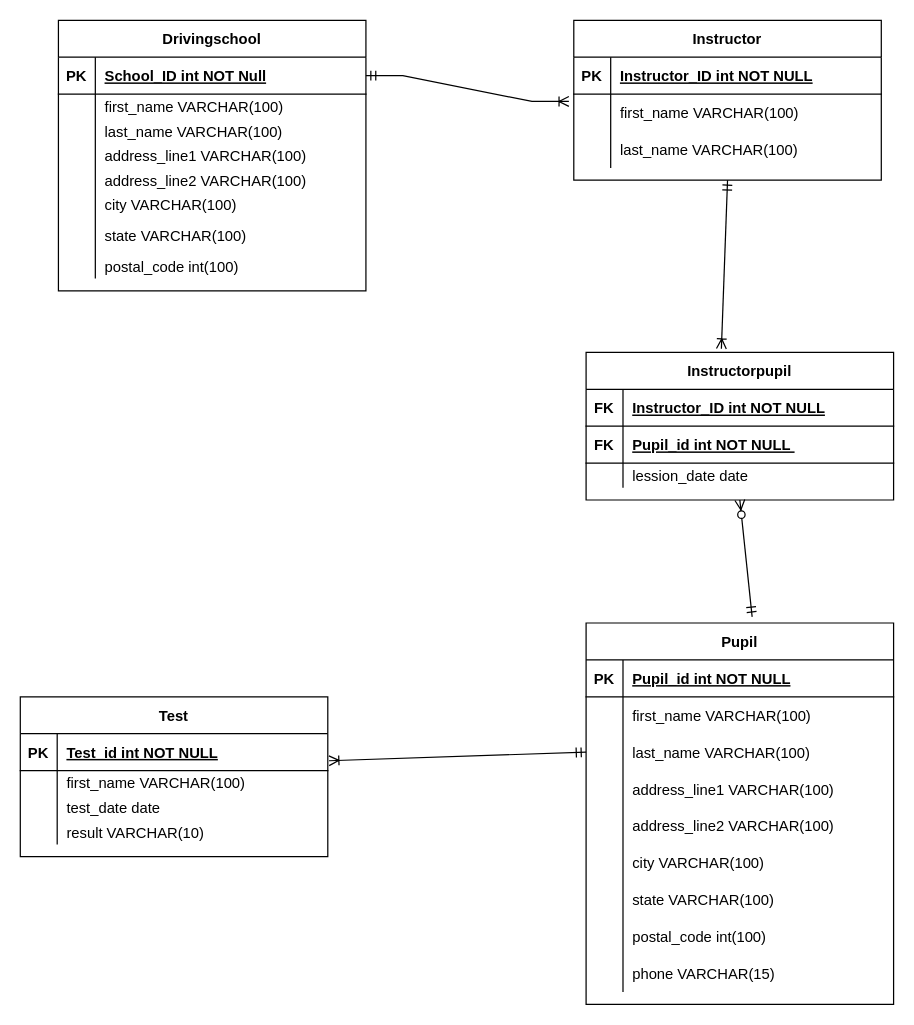
Above: case 2 _erd.drawio in santoshkc1655/Data-Modeling-SQL (draw.io), before the change. Source tidied: cells renumbered, new cells numbered last; positions are measured from the earlier drawing's top-left corner, leaving out a move shared by most shapes. Both pictures are drawn from the tidied source at 123%, with x=0, y=0 at pixel (20, 20).
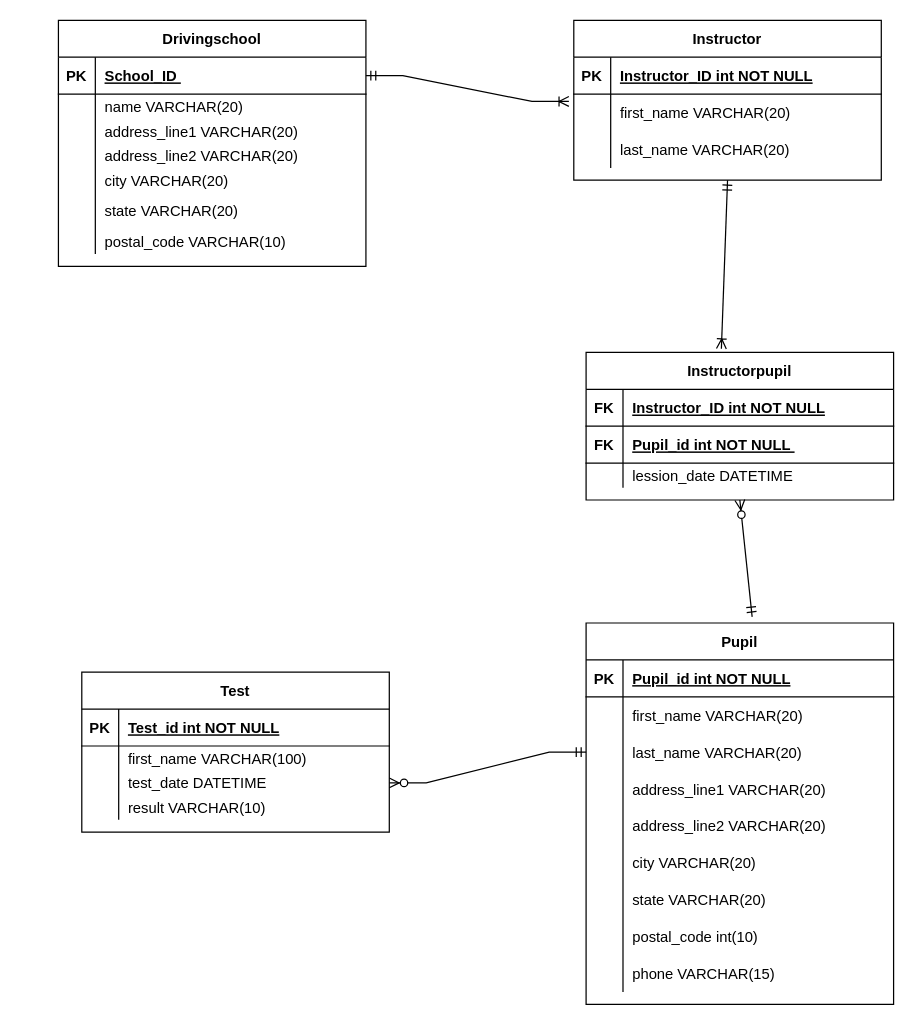
After the change.

Unchanged cells that the change refers to:
```xml
<mxCell id="6" style="shape=partialRectangle;fillColor=none;points=[[0,0.5],[1,0.5]];portConstraint=eastwest;top=0;left=0;right=0;bottom=0;" parent="2" vertex="1">
  <mxGeometry y="60" width="250" height="30" as="geometry" />
</mxCell>
<mxCell id="9" style="shape=partialRectangle;fillColor=none;top=0;left=0;right=0;bottom=0;" parent="2" vertex="1">
  <mxGeometry y="90" width="250" height="30" as="geometry" />
</mxCell>
<mxCell id="16" style="shape=partialRectangle;fillColor=none;top=0;left=0;right=0;bottom=0;" parent="12" vertex="1">
  <mxGeometry y="60" width="250" height="30" as="geometry" />
</mxCell>
<mxCell id="19" style="shape=partialRectangle;fillColor=none;points=[[0,0.5],[1,0.5]];portConstraint=eastwest;top=0;left=0;right=0;bottom=0;" parent="12" vertex="1">
  <mxGeometry y="90" width="250" height="30" as="geometry" />
</mxCell>
<mxCell id="22" style="shape=partialRectangle;fillColor=none;top=0;left=0;right=0;bottom=0;" parent="12" vertex="1">
  <mxGeometry y="120" width="250" height="30" as="geometry" />
</mxCell>
<mxCell id="25" style="shape=partialRectangle;fillColor=none;top=0;left=0;right=0;bottom=0;" parent="12" vertex="1">
  <mxGeometry y="150" width="250" height="30" as="geometry" />
</mxCell>
<mxCell id="28" style="shape=partialRectangle;fillColor=none;top=0;left=0;right=0;bottom=0;" parent="12" vertex="1">
  <mxGeometry y="180" width="250" height="30" as="geometry" />
</mxCell>
<mxCell id="31" style="shape=partialRectangle;fillColor=none;top=0;left=0;right=0;bottom=0;" parent="12" vertex="1">
  <mxGeometry y="210" width="250" height="30" as="geometry" />
</mxCell>
<mxCell id="34" style="shape=partialRectangle;fillColor=none;top=0;left=0;right=0;bottom=0;" parent="12" vertex="1">
  <mxGeometry y="240" width="250" height="30" as="geometry" />
</mxCell>
<mxCell id="41" style="shape=partialRectangle;fillColor=none;points=[[0,0.5],[1,0.5]];portConstraint=eastwest;top=0;left=0;right=0;bottom=1;" parent="40" vertex="1">
  <mxGeometry y="30" width="250" height="30" as="geometry" />
</mxCell>
<mxCell id="72" style="shape=partialRectangle;fillColor=none;top=0;left=0;right=0;bottom=0;" parent="65" vertex="1">
  <mxGeometry y="90" width="250" height="20" as="geometry" />
</mxCell>
<mxCell id="76" style="shape=partialRectangle;fillColor=none;points=[[0,0.5],[1,0.5]];portConstraint=eastwest;top=0;left=0;right=0;bottom=1;" parent="75" vertex="1">
  <mxGeometry y="30" width="250" height="30" as="geometry" />
</mxCell>
<mxCell id="82" style="shape=partialRectangle;fillColor=none;points=[[0,0.5],[1,0.5]];portConstraint=eastwest;top=0;left=0;right=0;bottom=0;" parent="75" vertex="1">
  <mxGeometry y="80" width="250" height="20" as="geometry" />
</mxCell>
```

Change to the diagram source:
```diff
@@
-    <mxCell id="8" value="first_name VARCHAR(100)" style="shape=partialRectangle;overflow=hidden;fillColor=none;top=0;left=0;bottom=0;right=0;align=left;spacingLeft=6;" parent="6" vertex="1">
+    <mxCell id="8" value="first_name VARCHAR(20)" style="shape=partialRectangle;overflow=hidden;fillColor=none;top=0;left=0;bottom=0;right=0;align=left;spacingLeft=6;" parent="6" vertex="1">
       <mxGeometry x="30" width="220" height="30" as="geometry" />
     </mxCell>
@@
-    <mxCell id="11" value="last_name VARCHAR(100)" style="shape=partialRectangle;overflow=hidden;fillColor=none;top=0;left=0;bottom=0;right=0;align=left;spacingLeft=6;" parent="9" vertex="1">
+    <mxCell id="11" value="last_name VARCHAR(20)" style="shape=partialRectangle;overflow=hidden;fillColor=none;top=0;left=0;bottom=0;right=0;align=left;spacingLeft=6;" parent="9" vertex="1">
       <mxGeometry x="30" width="220" height="30" as="geometry" />
     </mxCell>
@@
-    <mxCell id="18" value="first_name VARCHAR(100)" style="shape=partialRectangle;overflow=hidden;fillColor=none;top=0;left=0;bottom=0;right=0;align=left;spacingLeft=6;" parent="16" vertex="1">
+    <mxCell id="18" value="first_name VARCHAR(20)" style="shape=partialRectangle;overflow=hidden;fillColor=none;top=0;left=0;bottom=0;right=0;align=left;spacingLeft=6;" parent="16" vertex="1">
       <mxGeometry x="30" width="220" height="30" as="geometry" />
     </mxCell>
@@
-    <mxCell id="21" value="last_name VARCHAR(100)" style="shape=partialRectangle;overflow=hidden;fillColor=none;top=0;left=0;bottom=0;right=0;align=left;spacingLeft=6;" parent="19" vertex="1">
+    <mxCell id="21" value="last_name VARCHAR(20)" style="shape=partialRectangle;overflow=hidden;fillColor=none;top=0;left=0;bottom=0;right=0;align=left;spacingLeft=6;" parent="19" vertex="1">
       <mxGeometry x="30" width="220" height="30" as="geometry" />
     </mxCell>
@@
-    <mxCell id="24" value="address_line1 VARCHAR(100)" style="shape=partialRectangle;overflow=hidden;fillColor=none;top=0;left=0;bottom=0;right=0;align=left;spacingLeft=6;" parent="22" vertex="1">
+    <mxCell id="24" value="address_line1 VARCHAR(20)" style="shape=partialRectangle;overflow=hidden;fillColor=none;top=0;left=0;bottom=0;right=0;align=left;spacingLeft=6;" parent="22" vertex="1">
       <mxGeometry x="30" width="220" height="30" as="geometry" />
     </mxCell>
@@
-    <mxCell id="27" value="address_line2 VARCHAR(100)" style="shape=partialRectangle;overflow=hidden;fillColor=none;top=0;left=0;bottom=0;right=0;align=left;spacingLeft=6;" parent="25" vertex="1">
+    <mxCell id="27" value="address_line2 VARCHAR(20)" style="shape=partialRectangle;overflow=hidden;fillColor=none;top=0;left=0;bottom=0;right=0;align=left;spacingLeft=6;" parent="25" vertex="1">
       <mxGeometry x="30" width="220" height="30" as="geometry" />
     </mxCell>
@@
-    <mxCell id="30" value="city VARCHAR(100)" style="shape=partialRectangle;overflow=hidden;fillColor=none;top=0;left=0;bottom=0;right=0;align=left;spacingLeft=6;" parent="28" vertex="1">
+    <mxCell id="30" value="city VARCHAR(20)" style="shape=partialRectangle;overflow=hidden;fillColor=none;top=0;left=0;bottom=0;right=0;align=left;spacingLeft=6;" parent="28" vertex="1">
       <mxGeometry x="30" width="220" height="30" as="geometry" />
     </mxCell>
@@
-    <mxCell id="33" value="state VARCHAR(100)" style="shape=partialRectangle;overflow=hidden;fillColor=none;top=0;left=0;bottom=0;right=0;align=left;spacingLeft=6;" parent="31" vertex="1">
+    <mxCell id="33" value="state VARCHAR(20)" style="shape=partialRectangle;overflow=hidden;fillColor=none;top=0;left=0;bottom=0;right=0;align=left;spacingLeft=6;" parent="31" vertex="1">
       <mxGeometry x="30" width="220" height="30" as="geometry" />
     </mxCell>
@@
-    <mxCell id="36" value="postal_code int(100)" style="shape=partialRectangle;overflow=hidden;fillColor=none;top=0;left=0;bottom=0;right=0;align=left;spacingLeft=6;" parent="34" vertex="1">
+    <mxCell id="36" value="postal_code int(10)" style="shape=partialRectangle;overflow=hidden;fillColor=none;top=0;left=0;bottom=0;right=0;align=left;spacingLeft=6;" parent="34" vertex="1">
       <mxGeometry x="30" width="220" height="30" as="geometry" />
     </mxCell>
@@
     <mxCell id="40" value="Drivingschool" style="shape=table;startSize=30;childLayout=tableLayout;rowLines=0;fontStyle=1;align=center;" parent="1" vertex="1">
-      <mxGeometry x="31" width="250" height="220" as="geometry" />
+      <mxGeometry x="31" width="250" height="200" as="geometry" />
     </mxCell>
@@
-    <mxCell id="43" value="School_ID int NOT Null" style="shape=partialRectangle;overflow=hidden;fillColor=none;top=0;left=0;bottom=0;right=0;align=left;spacingLeft=6;fontStyle=5;" parent="41" vertex="1">
+    <mxCell id="43" value="School_ID " style="shape=partialRectangle;overflow=hidden;fillColor=none;top=0;left=0;bottom=0;right=0;align=left;spacingLeft=6;fontStyle=5;" parent="41" vertex="1">
       <mxGeometry x="30" width="220" height="30" as="geometry" />
     </mxCell>
-    <mxCell id="44" style="shape=partialRectangle;fillColor=none;top=0;left=0;right=0;bottom=0;" parent="40" vertex="1">
-      <mxGeometry y="60" width="250" height="20" as="geometry" />
-    </mxCell>
-    <mxCell id="45" style="shape=partialRectangle;overflow=hidden;fillColor=none;top=0;left=0;bottom=0;right=0;" parent="44" vertex="1">
-      <mxGeometry width="30" height="20" as="geometry" />
-    </mxCell>
-    <mxCell id="46" value="first_name VARCHAR(100)" style="shape=partialRectangle;overflow=hidden;fillColor=none;top=0;left=0;bottom=0;right=0;align=left;spacingLeft=6;" parent="44" vertex="1">
-      <mxGeometry x="30" width="220" height="20" as="geometry" />
-    </mxCell>
     <mxCell id="47" style="shape=partialRectangle;fillColor=none;top=0;left=0;right=0;bottom=0;" parent="40" vertex="1">
-      <mxGeometry y="80" width="250" height="20" as="geometry" />
+      <mxGeometry y="60" width="250" height="20" as="geometry" />
     </mxCell>
@@
-    <mxCell id="49" value="last_name VARCHAR(100)" style="shape=partialRectangle;overflow=hidden;fillColor=none;top=0;left=0;bottom=0;right=0;align=left;spacingLeft=6;" parent="47" vertex="1">
+    <mxCell id="49" value="name VARCHAR(20)" style="shape=partialRectangle;overflow=hidden;fillColor=none;top=0;left=0;bottom=0;right=0;align=left;spacingLeft=6;" parent="47" vertex="1">
       <mxGeometry x="30" width="220" height="20" as="geometry" />
     </mxCell>
     <mxCell id="50" style="shape=partialRectangle;fillColor=none;top=0;left=0;right=0;bottom=0;" parent="40" vertex="1">
-      <mxGeometry y="100" width="250" height="20" as="geometry" />
+      <mxGeometry y="80" width="250" height="20" as="geometry" />
     </mxCell>
@@
-    <mxCell id="52" value="address_line1 VARCHAR(100)" style="shape=partialRectangle;overflow=hidden;fillColor=none;top=0;left=0;bottom=0;right=0;align=left;spacingLeft=6;" parent="50" vertex="1">
+    <mxCell id="52" value="address_line1 VARCHAR(20)" style="shape=partialRectangle;overflow=hidden;fillColor=none;top=0;left=0;bottom=0;right=0;align=left;spacingLeft=6;" parent="50" vertex="1">
       <mxGeometry x="30" width="220" height="20" as="geometry" />
     </mxCell>
     <mxCell id="53" style="shape=partialRectangle;fillColor=none;top=0;left=0;right=0;bottom=0;" parent="40" vertex="1">
-      <mxGeometry y="120" width="250" height="20" as="geometry" />
+      <mxGeometry y="100" width="250" height="20" as="geometry" />
     </mxCell>
@@
-    <mxCell id="55" value="address_line2 VARCHAR(100)" style="shape=partialRectangle;overflow=hidden;fillColor=none;top=0;left=0;bottom=0;right=0;align=left;spacingLeft=6;" parent="53" vertex="1">
+    <mxCell id="55" value="address_line2 VARCHAR(20)" style="shape=partialRectangle;overflow=hidden;fillColor=none;top=0;left=0;bottom=0;right=0;align=left;spacingLeft=6;" parent="53" vertex="1">
       <mxGeometry x="30" width="220" height="20" as="geometry" />
     </mxCell>
     <mxCell id="56" style="shape=partialRectangle;fillColor=none;top=0;left=0;right=0;bottom=0;" parent="40" vertex="1">
-      <mxGeometry y="140" width="250" height="20" as="geometry" />
+      <mxGeometry y="120" width="250" height="20" as="geometry" />
     </mxCell>
@@
-    <mxCell id="58" value="city VARCHAR(100)" style="shape=partialRectangle;overflow=hidden;fillColor=none;top=0;left=0;bottom=0;right=0;align=left;spacingLeft=6;" parent="56" vertex="1">
+    <mxCell id="58" value="city VARCHAR(20)" style="shape=partialRectangle;overflow=hidden;fillColor=none;top=0;left=0;bottom=0;right=0;align=left;spacingLeft=6;" parent="56" vertex="1">
       <mxGeometry x="30" width="220" height="20" as="geometry" />
     </mxCell>
     <mxCell id="59" style="shape=partialRectangle;fillColor=none;top=0;left=0;right=0;bottom=0;" parent="40" vertex="1">
-      <mxGeometry y="160" width="250" height="30" as="geometry" />
+      <mxGeometry y="140" width="250" height="30" as="geometry" />
     </mxCell>
@@
-    <mxCell id="61" value="state VARCHAR(100)" style="shape=partialRectangle;overflow=hidden;fillColor=none;top=0;left=0;bottom=0;right=0;align=left;spacingLeft=6;" parent="59" vertex="1">
+    <mxCell id="61" value="state VARCHAR(20)" style="shape=partialRectangle;overflow=hidden;fillColor=none;top=0;left=0;bottom=0;right=0;align=left;spacingLeft=6;" parent="59" vertex="1">
       <mxGeometry x="30" width="220" height="30" as="geometry" />
     </mxCell>
     <mxCell id="62" style="shape=partialRectangle;fillColor=none;top=0;left=0;right=0;bottom=0;" parent="40" vertex="1">
-      <mxGeometry y="190" width="250" height="20" as="geometry" />
+      <mxGeometry y="170" width="250" height="20" as="geometry" />
     </mxCell>
@@
-    <mxCell id="64" value="postal_code int(100)" style="shape=partialRectangle;overflow=hidden;fillColor=none;top=0;left=0;bottom=0;right=0;align=left;spacingLeft=6;" parent="62" vertex="1">
+    <mxCell id="64" value="postal_code VARCHAR(10)" style="shape=partialRectangle;overflow=hidden;fillColor=none;top=0;left=0;bottom=0;right=0;align=left;spacingLeft=6;" parent="62" vertex="1">
       <mxGeometry x="30" width="220" height="20" as="geometry" />
     </mxCell>
@@
-    <mxCell id="74" value="lession_date date " style="shape=partialRectangle;overflow=hidden;fillColor=none;top=0;left=0;bottom=0;right=0;align=left;spacingLeft=6;" parent="72" vertex="1">
+    <mxCell id="74" value="lession_date DATETIME " style="shape=partialRectangle;overflow=hidden;fillColor=none;top=0;left=0;bottom=0;right=0;align=left;spacingLeft=6;" parent="72" vertex="1">
       <mxGeometry x="30" width="220" height="20" as="geometry" />
     </mxCell>
     <mxCell id="75" value="Test" style="shape=table;startSize=30;childLayout=tableLayout;rowLines=0;fontStyle=1;align=center;" parent="1" vertex="1">
-      <mxGeometry y="550" width="250" height="130" as="geometry" />
+      <mxGeometry x="50" y="530" width="250" height="130" as="geometry" />
     </mxCell>
@@
-    <mxCell id="84" value="test_date date " style="shape=partialRectangle;overflow=hidden;fillColor=none;top=0;left=0;bottom=0;right=0;align=left;spacingLeft=6;" parent="82" vertex="1">
+    <mxCell id="84" value="test_date DATETIME" style="shape=partialRectangle;overflow=hidden;fillColor=none;top=0;left=0;bottom=0;right=0;align=left;spacingLeft=6;" parent="82" vertex="1">
       <mxGeometry x="30" width="220" height="20" as="geometry" />
     </mxCell>
@@
-    <mxCell id="91" style="fontSize=12;html=1;endArrow=ERoneToMany;startArrow=ERmandOne;rounded=0;exitX=0;exitY=0.5;exitDx=0;exitDy=0;entryX=1.004;entryY=0.733;entryDx=0;entryDy=0;entryPerimeter=0;" parent="1" edge="1" source="19" target="76">
-      <mxGeometry relative="1" as="geometry" />
-    </mxCell>
+    <mxCell id="92" style="edgeStyle=entityRelationEdgeStyle;fontSize=12;html=1;endArrow=ERzeroToMany;startArrow=ERmandOne;rounded=0;entryX=1;entryY=0.5;entryDx=0;entryDy=0;exitX=0;exitY=0.5;exitDx=0;exitDy=0;" parent="1" edge="1" source="19" target="82">
+      <mxGeometry relative="1" as="geometry" />
+    </mxCell>
```
